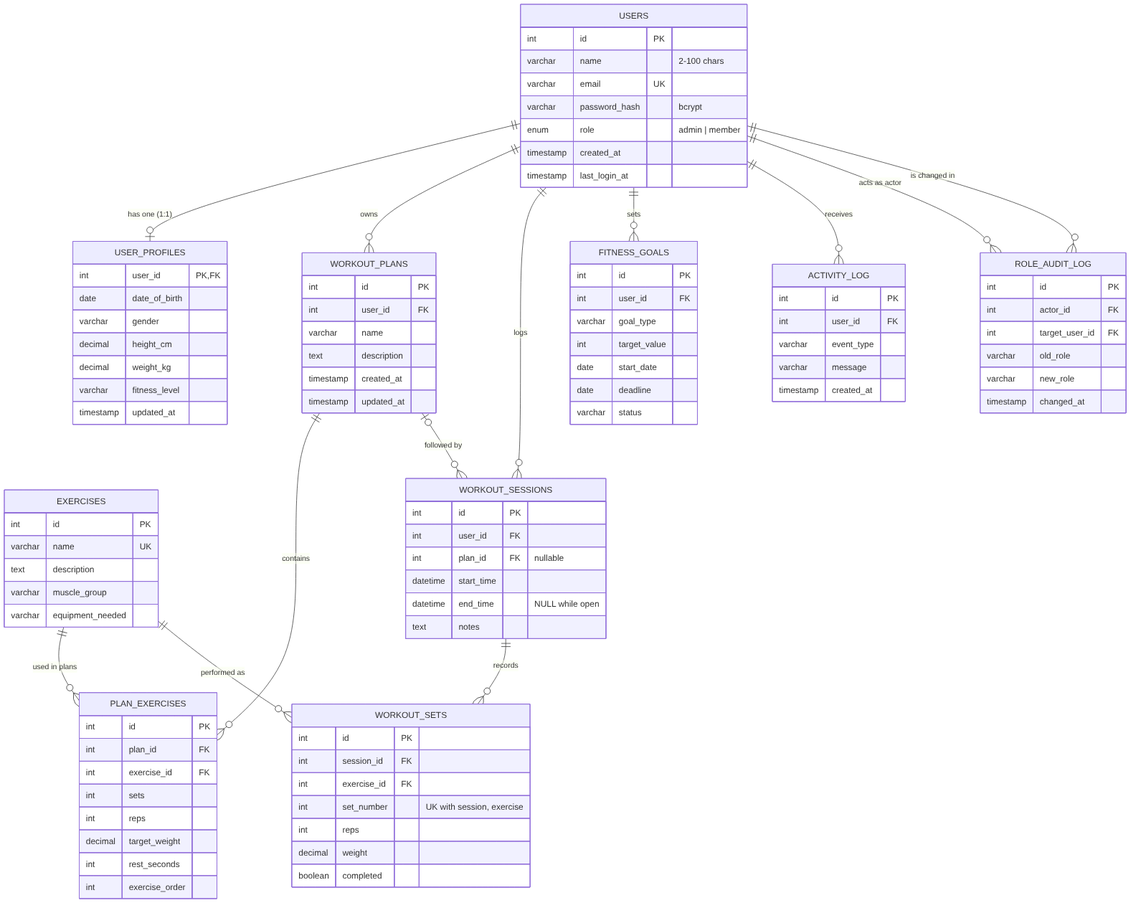
Above: database/docs/er_diagram.png in duplicatenode/Fitness-Tracker (Mermaid), before the change. Its source is kept beside it as database/docs/er_diagram.mmd.
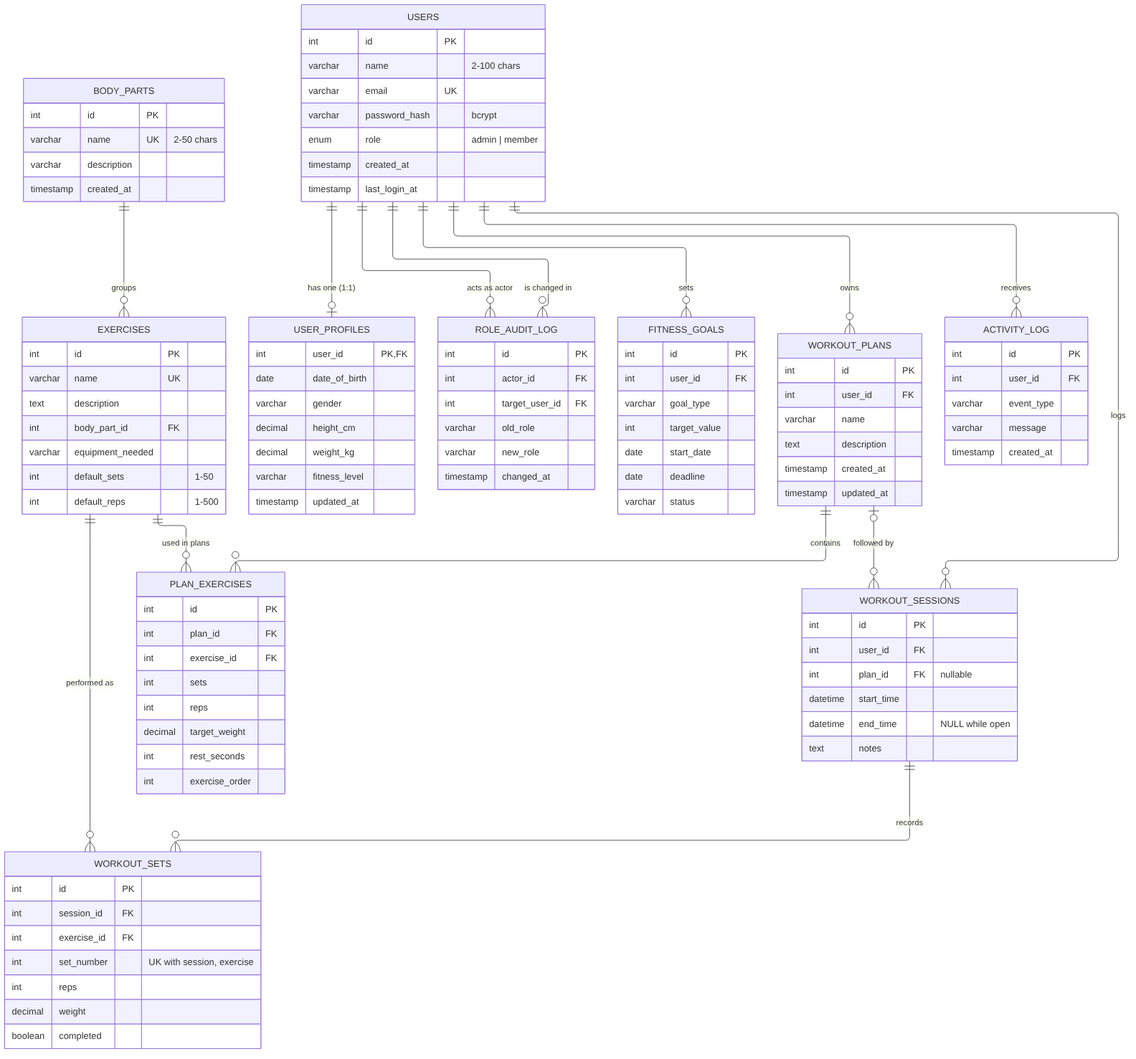
The same diagram one commit later.

What changed in the source:
```diff
@@ -1,3 +1,7 @@
+---
+config:
+  layout: elk
+---
 erDiagram
     USERS {
         int id PK
@@ -25,12 +29,20 @@
         timestamp created_at
         timestamp updated_at
     }
+    BODY_PARTS {
+        int id PK
+        varchar name UK "2-50 chars"
+        varchar description
+        timestamp created_at
+    }
     EXERCISES {
         int id PK
         varchar name UK
         text description
-        varchar muscle_group
+        int body_part_id FK
         varchar equipment_needed
+        int default_sets "1-50"
+        int default_reps "1-500"
     }
     PLAN_EXERCISES {
         int id PK
@@ -92,6 +104,7 @@
     USERS ||--o{ ROLE_AUDIT_LOG : "acts as actor"
     USERS ||--o{ ROLE_AUDIT_LOG : "is changed in"
     WORKOUT_PLANS ||--o{ PLAN_EXERCISES : "contains"
+    BODY_PARTS ||--o{ EXERCISES : "groups"
     EXERCISES ||--o{ PLAN_EXERCISES : "used in plans"
     WORKOUT_PLANS |o--o{ WORKOUT_SESSIONS : "followed by"
     WORKOUT_SESSIONS ||--o{ WORKOUT_SETS : "records"
```
